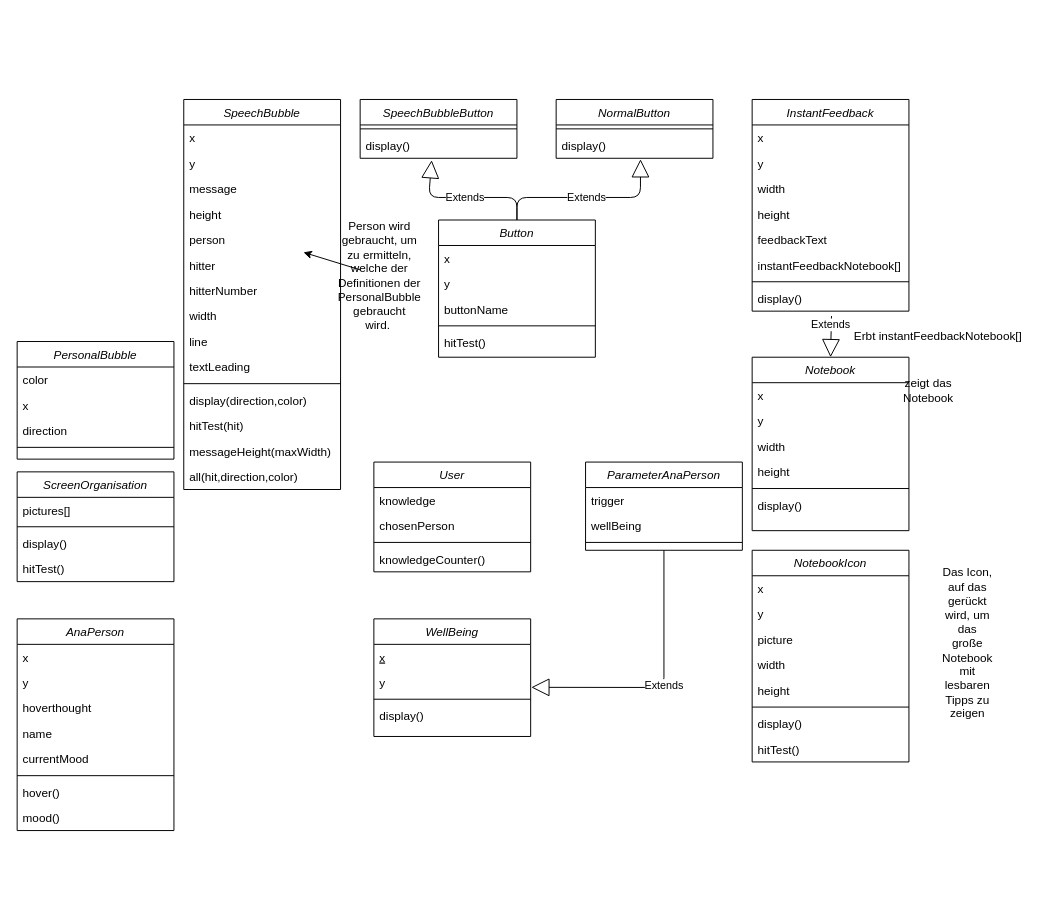
tresjulie/inYourHead keeps this draw.io diagram as KlassendiagrammInYourHead.drawio. Above is the earlier version. Source tidied: cells renumbered, new cells numbered last; positions are measured from the earlier drawing's top-left corner, leaving out a move shared by most shapes. Both pictures are drawn from the tidied source at 98%, with x=0, y=0 at pixel (17, 99).
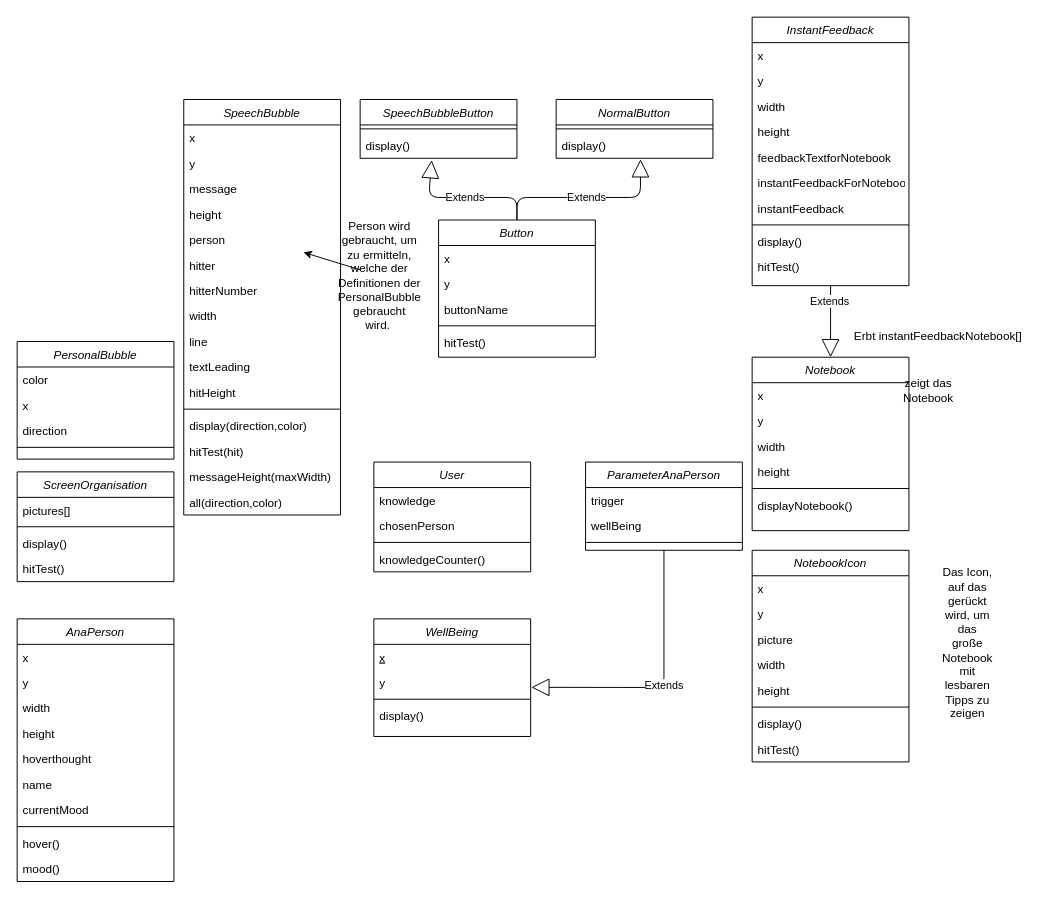
After the change.

Unchanged cells that the change refers to:
```xml
<mxCell id="55" value="Notebook" style="swimlane;fontStyle=2;align=center;verticalAlign=top;horizontal=1;startSize=26;rounded=0;shadow=0;strokeWidth=1;" parent="1" vertex="1">
  <mxGeometry x="750" y="263" width="160" height="177" as="geometry" />
</mxCell>
```

Change to the diagram source:
```diff
@@
     <mxCell id="20" value="SpeechBubble" style="swimlane;fontStyle=2;align=center;verticalAlign=top;horizontal=1;startSize=26;rounded=0;shadow=0;strokeWidth=1;" parent="1" vertex="1">
-      <mxGeometry x="170" width="160" height="398" as="geometry" />
+      <mxGeometry x="170" width="160" height="424" as="geometry" />
     </mxCell>
@@
+    <mxCell id="97" value="hitHeight" style="text;align=left;verticalAlign=top;spacingLeft=4;spacingRight=4;overflow=hidden;rounded=0;shadow=0;html=0;" parent="20" vertex="1">
+      <mxGeometry y="286" width="160" height="26" as="geometry" />
+    </mxCell>
     <mxCell id="31" style="line;html=1;strokeWidth=1;align=left;verticalAlign=middle;spacingTop=-1;spacingLeft=3;spacingRight=3;labelPosition=right;" parent="20" vertex="1">
-      <mxGeometry y="286" width="160" height="8" as="geometry" />
+      <mxGeometry y="312" width="160" height="8" as="geometry" />
     </mxCell>
     <mxCell id="32" value="display(direction,color)" style="text;align=left;verticalAlign=top;spacingLeft=4;spacingRight=4;overflow=hidden;" parent="20" vertex="1">
-      <mxGeometry y="294" width="160" height="26" as="geometry" />
+      <mxGeometry y="320" width="160" height="26" as="geometry" />
     </mxCell>
     <mxCell id="33" value="hitTest(hit)" style="text;align=left;verticalAlign=top;spacingLeft=4;spacingRight=4;overflow=hidden;" parent="20" vertex="1">
-      <mxGeometry y="320" width="160" height="26" as="geometry" />
+      <mxGeometry y="346" width="160" height="26" as="geometry" />
     </mxCell>
     <mxCell id="34" value="messageHeight(maxWidth)" style="text;align=left;verticalAlign=top;spacingLeft=4;spacingRight=4;overflow=hidden;rounded=0;shadow=0;html=0;" parent="20" vertex="1">
-      <mxGeometry y="346" width="160" height="26" as="geometry" />
+      <mxGeometry y="372" width="160" height="26" as="geometry" />
     </mxCell>
-    <mxCell id="35" value="all(hit,direction,color)" style="text;align=left;verticalAlign=top;spacingLeft=4;spacingRight=4;overflow=hidden;rounded=0;shadow=0;html=0;" parent="20" vertex="1">
-      <mxGeometry y="372" width="160" height="26" as="geometry" />
+    <mxCell id="35" value="all(direction,color)" style="text;align=left;verticalAlign=top;spacingLeft=4;spacingRight=4;overflow=hidden;rounded=0;shadow=0;html=0;" parent="20" vertex="1">
+      <mxGeometry y="398" width="160" height="26" as="geometry" />
     </mxCell>
@@
     <mxCell id="46" value="InstantFeedback" style="swimlane;fontStyle=2;align=center;verticalAlign=top;horizontal=1;startSize=26;rounded=0;shadow=0;strokeWidth=1;" parent="1" vertex="1">
-      <mxGeometry x="750" width="160" height="216" as="geometry" />
+      <mxGeometry x="750" y="-84" width="160" height="274" as="geometry" />
     </mxCell>
@@
-    <mxCell id="51" value="feedbackText" style="text;align=left;verticalAlign=top;spacingLeft=4;spacingRight=4;overflow=hidden;rounded=0;shadow=0;html=0;" parent="46" vertex="1">
+    <mxCell id="51" value="feedbackTextforNotebook" style="text;align=left;verticalAlign=top;spacingLeft=4;spacingRight=4;overflow=hidden;rounded=0;shadow=0;html=0;" parent="46" vertex="1">
       <mxGeometry y="130" width="160" height="26" as="geometry" />
     </mxCell>
-    <mxCell id="52" value="instantFeedbackNotebook[]" style="text;align=left;verticalAlign=top;spacingLeft=4;spacingRight=4;overflow=hidden;rounded=0;shadow=0;html=0;" parent="46" vertex="1">
+    <mxCell id="52" value="instantFeedbackForNotebool" style="text;align=left;verticalAlign=top;spacingLeft=4;spacingRight=4;overflow=hidden;rounded=0;shadow=0;html=0;" parent="46" vertex="1">
       <mxGeometry y="156" width="160" height="26" as="geometry" />
     </mxCell>
+    <mxCell id="98" value="instantFeedback" style="text;align=left;verticalAlign=top;spacingLeft=4;spacingRight=4;overflow=hidden;rounded=0;shadow=0;html=0;" parent="46" vertex="1">
+      <mxGeometry y="182" width="160" height="26" as="geometry" />
+    </mxCell>
     <mxCell id="53" style="line;html=1;strokeWidth=1;align=left;verticalAlign=middle;spacingTop=-1;spacingLeft=3;spacingRight=3;labelPosition=right;" parent="46" vertex="1">
-      <mxGeometry y="182" width="160" height="8" as="geometry" />
+      <mxGeometry y="208" width="160" height="8" as="geometry" />
     </mxCell>
     <mxCell id="54" value="display()" style="text;align=left;verticalAlign=top;spacingLeft=4;spacingRight=4;overflow=hidden;points=[[0,0.5],[1,0.5]];portConstraint=eastwest;" parent="46" vertex="1">
-      <mxGeometry y="190" width="160" height="26" as="geometry" />
+      <mxGeometry y="216" width="160" height="26" as="geometry" />
     </mxCell>
+    <mxCell id="99" value="hitTest()" style="text;align=left;verticalAlign=top;spacingLeft=4;spacingRight=4;overflow=hidden;" parent="46" vertex="1">
+      <mxGeometry y="242" width="160" height="26" as="geometry" />
+    </mxCell>
@@
-    <mxCell id="61" value="display()" style="text;align=left;verticalAlign=top;spacingLeft=4;spacingRight=4;overflow=hidden;" parent="55" vertex="1">
+    <mxCell id="61" value="displayNotebook()" style="text;align=left;verticalAlign=top;spacingLeft=4;spacingRight=4;overflow=hidden;" parent="55" vertex="1">
       <mxGeometry y="138" width="160" height="26" as="geometry" />
     </mxCell>
-    <mxCell id="62" value="Extends" style="endArrow=block;endSize=16;endFill=0;html=1;exitX=0.506;exitY=1.192;exitDx=0;exitDy=0;exitPerimeter=0;entryX=0.5;entryY=0;entryDx=0;entryDy=0;" parent="1" edge="1" source="54" target="55">
-      <mxGeometry x="-0.57" y="-1" relative="1" as="geometry" />
+    <mxCell id="62" value="Extends" style="endArrow=block;endSize=16;endFill=0;html=1;entryX=0.5;entryY=0;entryDx=0;entryDy=0;" parent="1" edge="1" target="55">
+      <mxGeometry x="-0.57" y="-1" relative="1" as="geometry">
+        <mxPoint x="830" y="190" as="sourcePoint" />
+      </mxGeometry>
     </mxCell>
@@
     <mxCell id="83" value="AnaPerson" style="swimlane;fontStyle=2;align=center;verticalAlign=top;horizontal=1;startSize=26;rounded=0;shadow=0;strokeWidth=1;" parent="1" vertex="1">
-      <mxGeometry y="530" width="160" height="216" as="geometry" />
+      <mxGeometry y="530" width="160" height="268" as="geometry" />
     </mxCell>
@@
+    <mxCell id="100" value="width" style="text;align=left;verticalAlign=top;spacingLeft=4;spacingRight=4;overflow=hidden;" parent="83" vertex="1">
+      <mxGeometry y="78" width="160" height="26" as="geometry" />
+    </mxCell>
+    <mxCell id="101" value="height" style="text;align=left;verticalAlign=top;spacingLeft=4;spacingRight=4;overflow=hidden;" parent="83" vertex="1">
+      <mxGeometry y="104" width="160" height="26" as="geometry" />
+    </mxCell>
     <mxCell id="86" value="hoverthought" style="text;align=left;verticalAlign=top;spacingLeft=4;spacingRight=4;overflow=hidden;" parent="83" vertex="1">
-      <mxGeometry y="78" width="160" height="26" as="geometry" />
+      <mxGeometry y="130" width="160" height="26" as="geometry" />
     </mxCell>
     <mxCell id="87" value="name" style="text;align=left;verticalAlign=top;spacingLeft=4;spacingRight=4;overflow=hidden;" parent="83" vertex="1">
-      <mxGeometry y="104" width="160" height="26" as="geometry" />
+      <mxGeometry y="156" width="160" height="26" as="geometry" />
     </mxCell>
     <mxCell id="88" value="currentMood" style="text;align=left;verticalAlign=top;spacingLeft=4;spacingRight=4;overflow=hidden;" parent="83" vertex="1">
-      <mxGeometry y="130" width="160" height="26" as="geometry" />
+      <mxGeometry y="182" width="160" height="26" as="geometry" />
     </mxCell>
     <mxCell id="89" style="line;html=1;strokeWidth=1;align=left;verticalAlign=middle;spacingTop=-1;spacingLeft=3;spacingRight=3;labelPosition=right;" parent="83" vertex="1">
-      <mxGeometry y="156" width="160" height="8" as="geometry" />
+      <mxGeometry y="208" width="160" height="8" as="geometry" />
     </mxCell>
     <mxCell id="90" value="hover()" style="text;align=left;verticalAlign=top;spacingLeft=4;spacingRight=4;overflow=hidden;" parent="83" vertex="1">
-      <mxGeometry y="164" width="160" height="26" as="geometry" />
+      <mxGeometry y="216" width="160" height="26" as="geometry" />
     </mxCell>
     <mxCell id="91" value="mood()" style="text;align=left;verticalAlign=top;spacingLeft=4;spacingRight=4;overflow=hidden;" parent="83" vertex="1">
-      <mxGeometry y="190" width="160" height="26" as="geometry" />
+      <mxGeometry y="242" width="160" height="26" as="geometry" />
     </mxCell>
```
